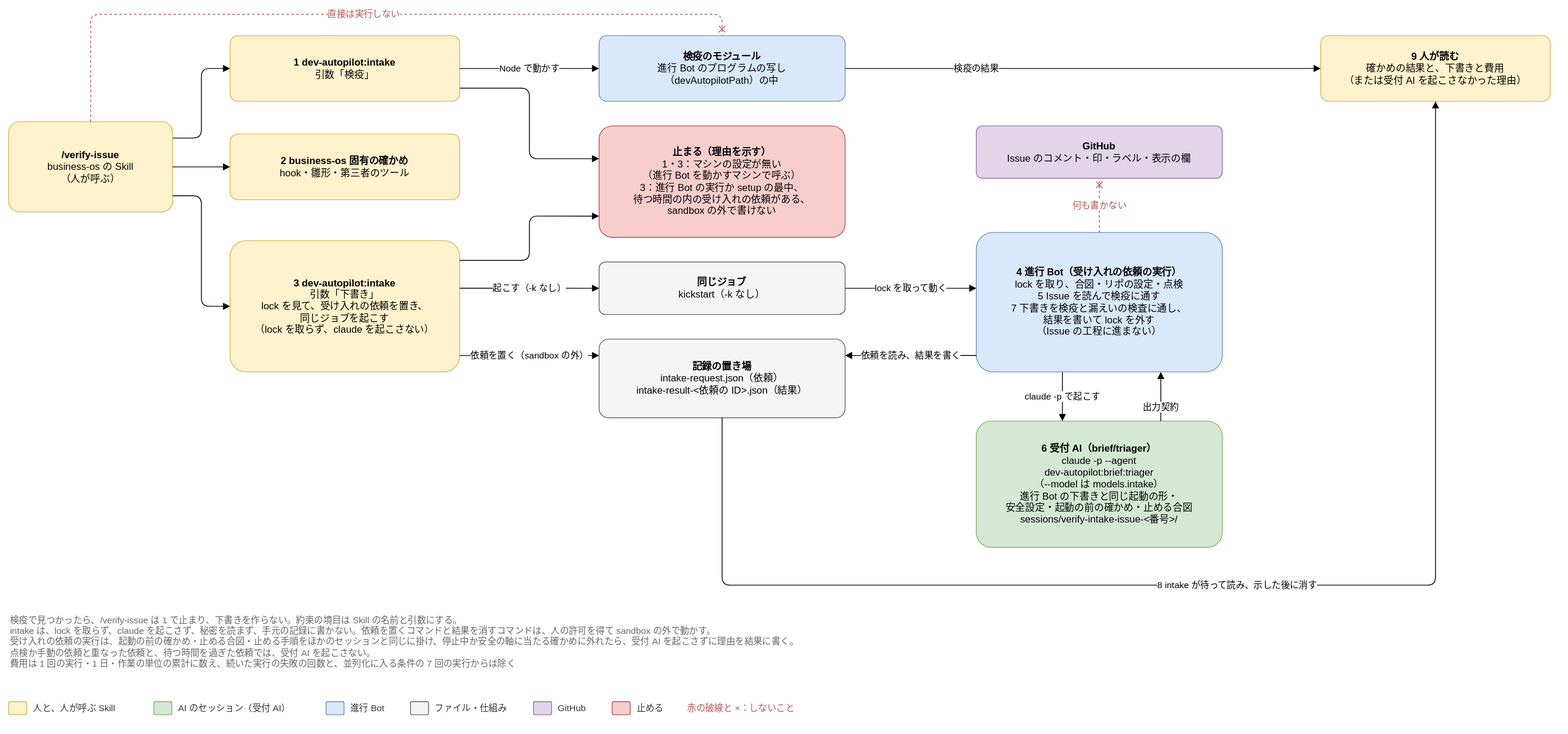
Above: docs/design/basic/diagrams/03-human-intake.drawio.svg in Joymerrevent/dev-autopilot (draw.io), before the change. Source tidied: cells renumbered, new cells last; positions are measured from the earlier drawing's top-left corner, leaving out a move shared by most shapes.
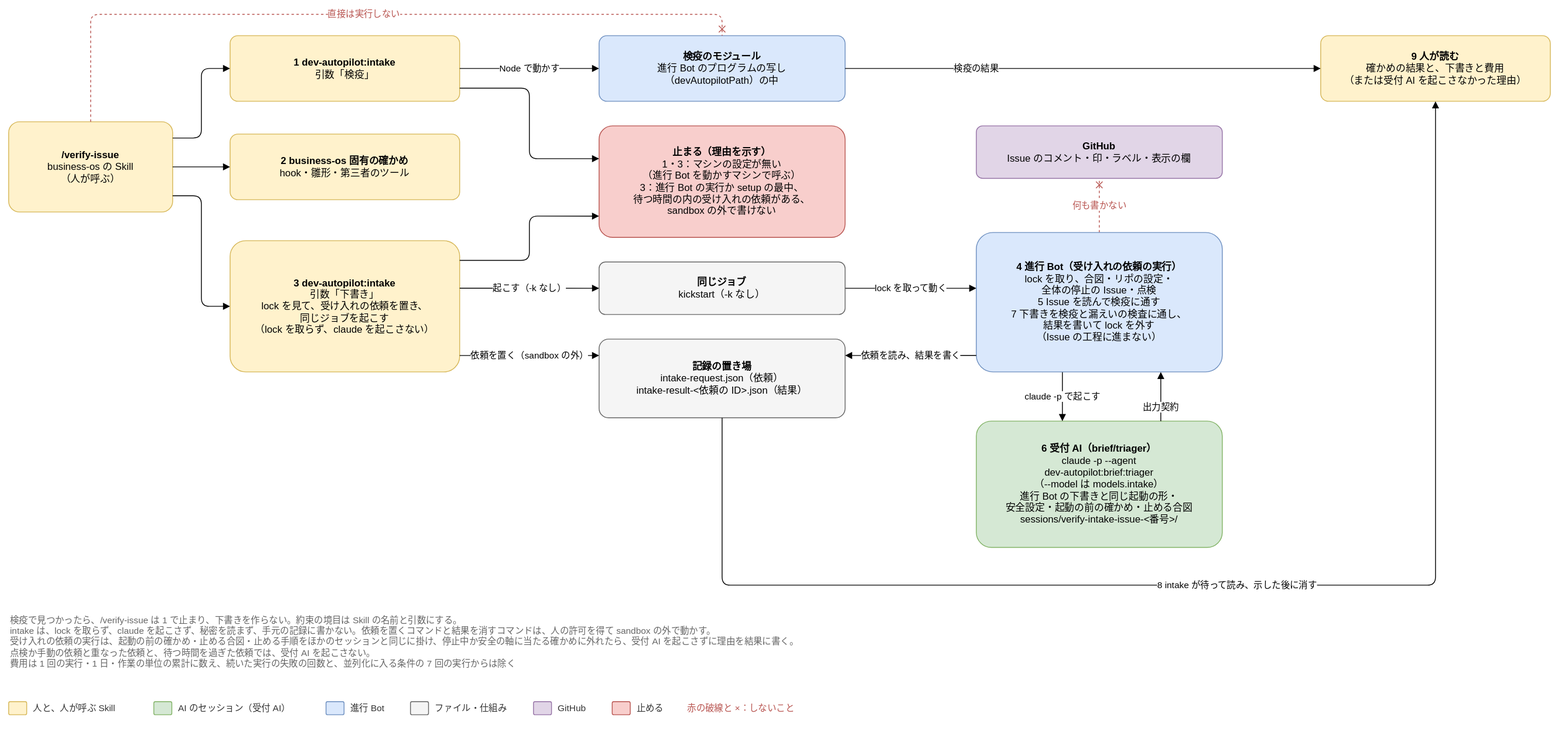
After the commit.

Commit message:
docs(design): 基本設計の AI のセッション（03）の図を、全体の停止の Issue と見落としの軸の直しにそろえる

- H-1：03-stop-and-usage の pre と skip に、全体の停止の Issue を足す。
  03-human-intake の m に、全体の停止の Issue を読むことを足す
- M-74：03-review-axes の note に、3 つの軸のどれかが条件を満たさなければ
  見落としの軸を起こさないことを足す

Claude-Session: https://claude.ai/code/session_01LvmXQN14Y95msvojZ6hWNP

The edit, as a diff of the source:
```diff
@@ -67,7 +67,7 @@
     <mxCell id="21" value="&lt;b&gt;止まる（理由を示す）&lt;/b&gt;&lt;br&gt;1・3：マシンの設定が無い&lt;br&gt;（進行 Bot を動かすマシンで呼ぶ）&lt;br&gt;3：進行 Bot の実行か setup の最中、&lt;br&gt;待つ時間の内の受け入れの依頼がある、&lt;br&gt;sandbox の外で書けない" style="rounded=1;whiteSpace=wrap;html=1;fontSize=12;arcSize=12;spacing=12;fillColor=#f8cecc;strokeColor=#b85450;" parent="1" vertex="1">
       <mxGeometry x="720" y="136" width="300" height="136" as="geometry" />
     </mxCell>
-    <mxCell id="22" value="&lt;b&gt;4 進行 Bot（受け入れの依頼の実行）&lt;/b&gt;&lt;br&gt;lock を取り、合図・リポの設定・点検&lt;br&gt;5 Issue を読んで検疫に通す&lt;br&gt;7 下書きを検疫と漏えいの検査に通し、&lt;br&gt;結果を書いて lock を外す&lt;br&gt;（Issue の工程に進まない）" style="rounded=1;whiteSpace=wrap;html=1;fontSize=12;arcSize=12;spacing=12;fillColor=#dae8fc;strokeColor=#6c8ebf;" parent="1" vertex="1">
+    <mxCell id="22" value="&lt;b&gt;4 進行 Bot（受け入れの依頼の実行）&lt;/b&gt;&lt;br&gt;lock を取り、合図・リポの設定・&lt;br&gt;全体の停止の Issue・点検&lt;br&gt;5 Issue を読んで検疫に通す&lt;br&gt;7 下書きを検疫と漏えいの検査に通し、&lt;br&gt;結果を書いて lock を外す&lt;br&gt;（Issue の工程に進まない）" style="rounded=1;whiteSpace=wrap;html=1;fontSize=12;arcSize=12;spacing=12;fillColor=#dae8fc;strokeColor=#6c8ebf;" parent="1" vertex="1">
       <mxGeometry x="1180" y="266" width="300" height="170" as="geometry" />
     </mxCell>
     <mxCell id="23" value="lock を取って動く" style="edgeStyle=orthogonalEdgeStyle;rounded=1;html=1;endArrow=block;endFill=1;fontSize=11;labelBackgroundColor=#ffffff;exitX=1;exitY=0.5;exitDx=0;exitDy=0;entryX=0;entryY=0.4;entryDx=0;entryDy=0;" parent="1" edge="1" source="26" target="22">
```
